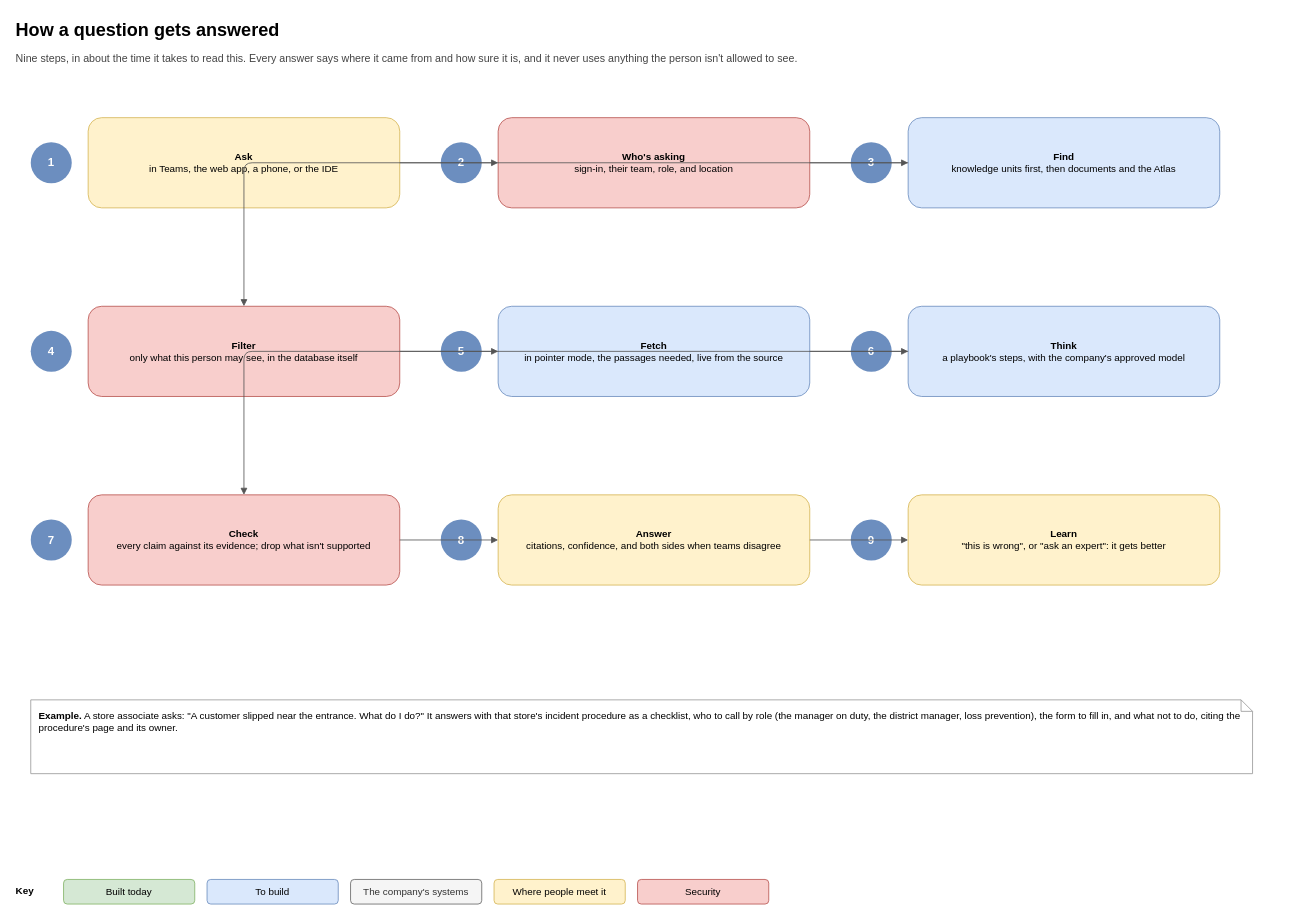
This is page "4. Answering a question" (4 of 10) of docs/architecture/aerugo-architecture.drawio from aerugo-hq/aerugo-self-host, a draw.io file, before an edit. Source tidied: cells renumbered, new cells numbered last; positions are measured from the earlier drawing's top-left corner, leaving out a move shared by most shapes. Both pictures are drawn from the tidied source at 82%, with x=0, y=0 at pixel (14, 14).
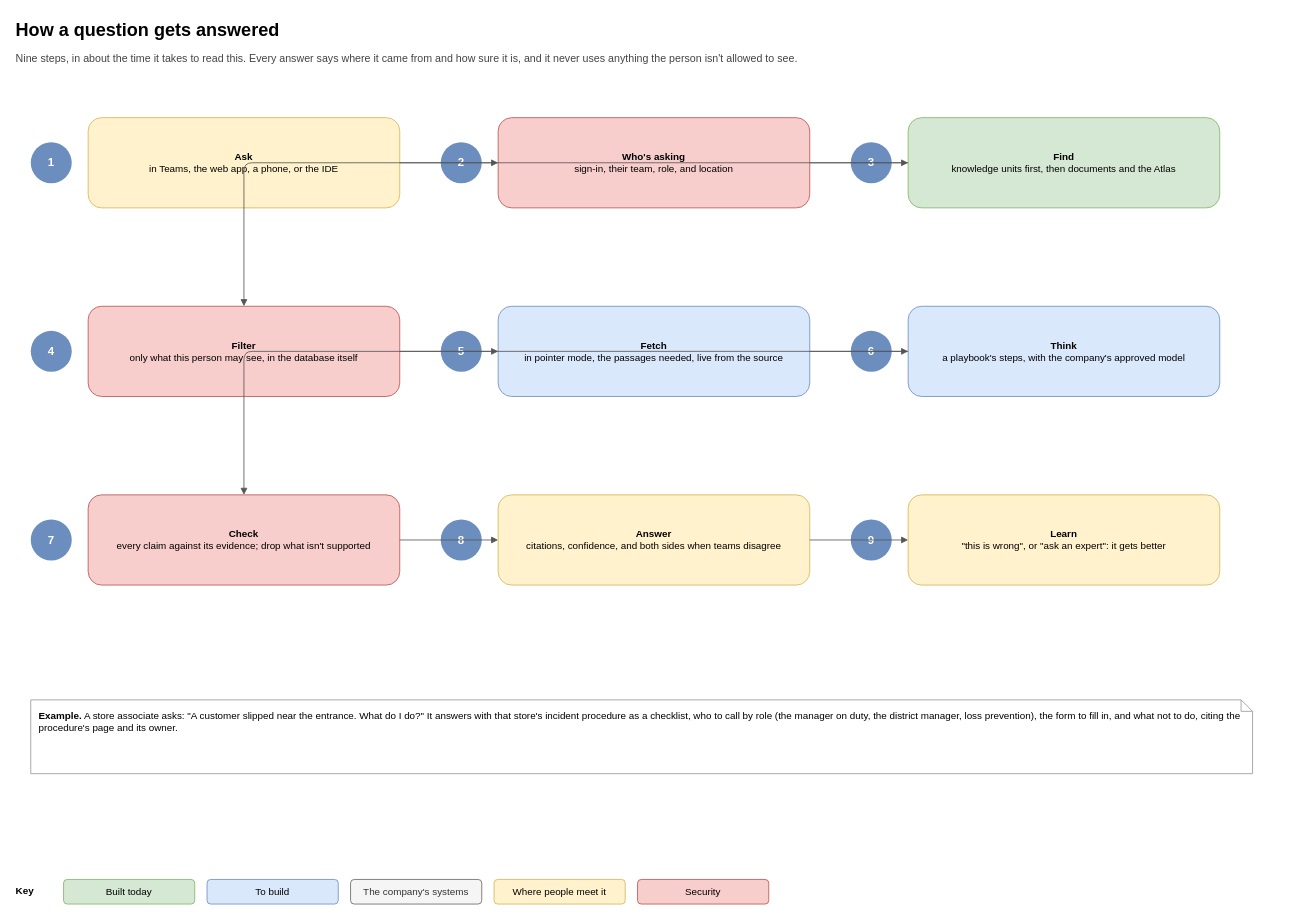
Above is the later version.

Commit message (it also covers changes not shown here):
F4: answers from knowledge units first, each in force, readable by the asker in full, and allowed to the model, leading Ask with its steps and the other views

The edit, as a diff of the source:
```diff
@@
-    <mxCell id="9" value="&lt;b&gt;Find&lt;/b&gt;&lt;br&gt;knowledge units first, then documents and the Atlas" style="rounded=1;whiteSpace=wrap;html=1;fillColor=#dae8fc;strokeColor=#6c8ebf;fontSize=12;" parent="1" vertex="1">
+    <mxCell id="9" value="&lt;b&gt;Find&lt;/b&gt;&lt;br&gt;knowledge units first, then documents and the Atlas" style="rounded=1;whiteSpace=wrap;html=1;fillColor=#d5e8d4;strokeColor=#82b366;fontSize=12;" parent="1" vertex="1">
       <mxGeometry x="1090" y="126" width="380" height="110" as="geometry" />
     </mxCell>
```
